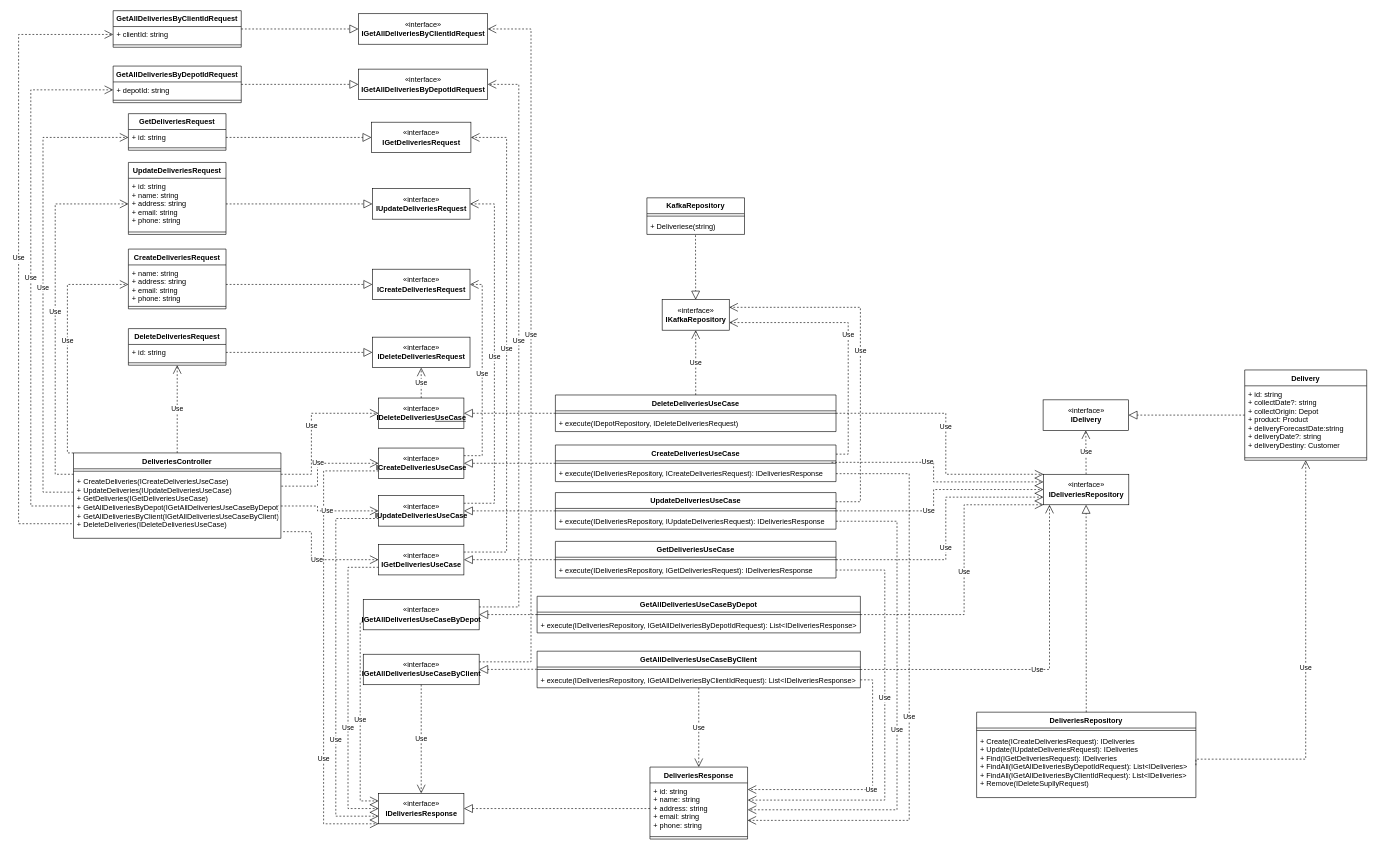
Earlier version of the draw.io diagram project/diagrams/class-diagrams/deliveries-service/deliveries-service.drawio (bitols/logistics-services-management). Source tidied: cells renumbered, new cells numbered last; positions are measured from the earlier drawing's top-left corner, leaving out a move shared by most shapes. Both pictures are drawn from the tidied source at 61%, with x=0, y=0 at pixel (18, 10).
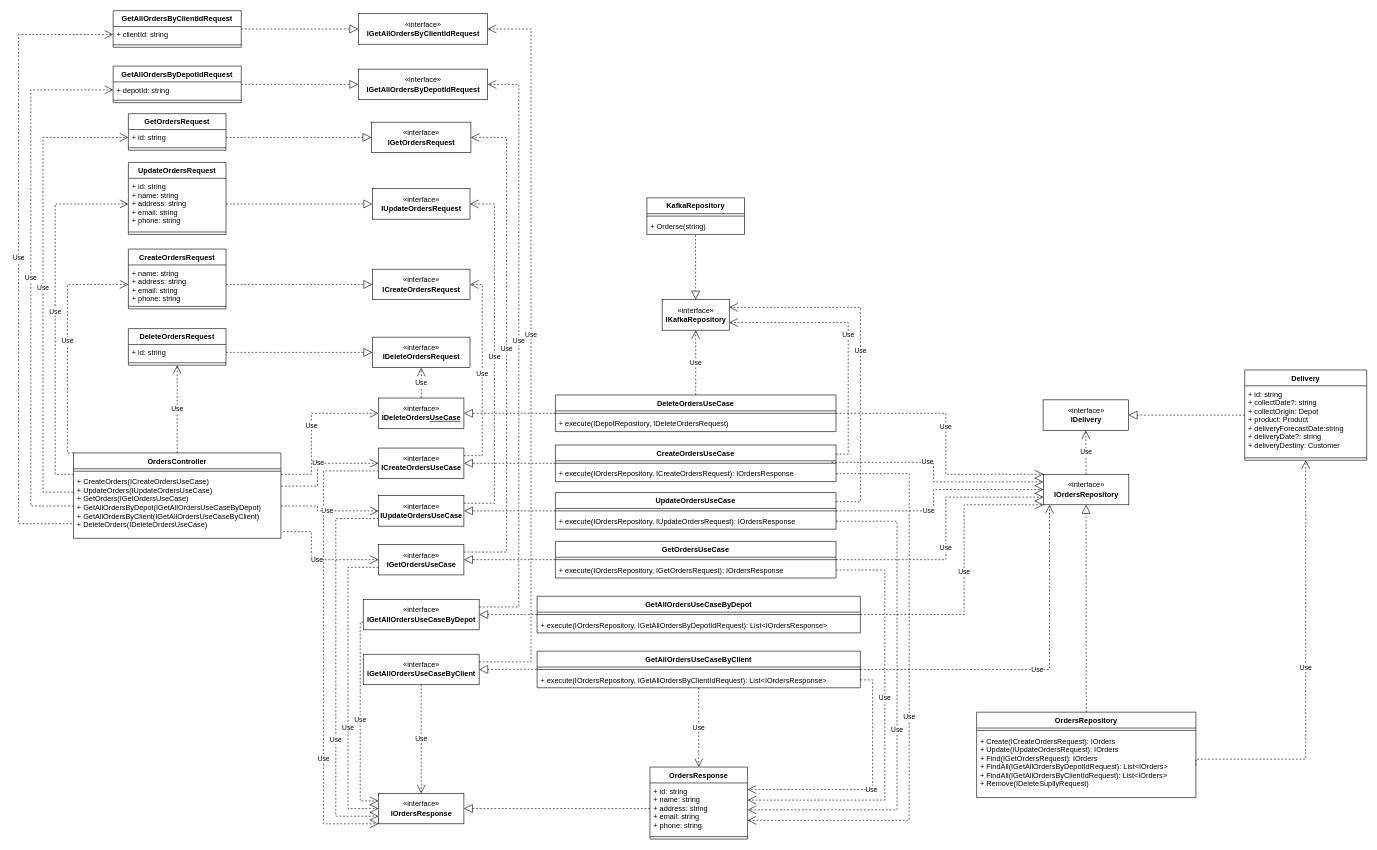
After the change.

Unchanged cells that the change refers to:
```xml
<mxCell id="84" value="KafkaRepository" style="swimlane;fontStyle=1;align=center;verticalAlign=top;horizontal=1;startSize=26;" parent="1" vertex="1">
  <mxGeometry x="1030" y="306.8" width="160" height="60" as="geometry" />
</mxCell>
```

The edit, as a diff of the source:
```diff
@@
-    <mxCell id="3" value="«interface»&lt;br&gt;&lt;b&gt;IDeliveriesResponse&lt;/b&gt;" style="html=1;" parent="1" vertex="1">
+    <mxCell id="3" value="«interface»&lt;br&gt;&lt;b&gt;IOrdersResponse&lt;/b&gt;" style="html=1;" parent="1" vertex="1">
       <mxGeometry x="590" y="1283" width="140" height="50" as="geometry" />
     </mxCell>
@@
-    <mxCell id="8" value="CreateDeliveriesUseCase" style="swimlane;fontStyle=1;align=center;verticalAlign=top;horizontal=1;startSize=26;" parent="1" vertex="1">
+    <mxCell id="8" value="CreateOrdersUseCase" style="swimlane;fontStyle=1;align=center;verticalAlign=top;horizontal=1;startSize=26;" parent="1" vertex="1">
       <mxGeometry x="880" y="712" width="460" height="60" as="geometry" />
     </mxCell>
@@
-    <mxCell id="10" value="+ execute(IDeliveriesRepository, ICreateDeliveriesRequest): IDeliveriesResponse" style="text;strokeColor=none;fillColor=none;align=left;verticalAlign=top;spacingLeft=4;spacingRight=4;overflow=hidden;points=[[0,0.5],[1,0.5]];portConstraint=eastwest;" parent="8" vertex="1">
+    <mxCell id="10" value="+ execute(IOrdersRepository, ICreateOrdersRequest): IOrdersResponse" style="text;strokeColor=none;fillColor=none;align=left;verticalAlign=top;spacingLeft=4;spacingRight=4;overflow=hidden;points=[[0,0.5],[1,0.5]];portConstraint=eastwest;" parent="8" vertex="1">
       <mxGeometry y="34" width="460" height="26" as="geometry" />
     </mxCell>
-    <mxCell id="11" value="UpdateDeliveriesUseCase" style="swimlane;fontStyle=1;align=center;verticalAlign=top;horizontal=1;startSize=26;" parent="1" vertex="1">
+    <mxCell id="11" value="UpdateOrdersUseCase" style="swimlane;fontStyle=1;align=center;verticalAlign=top;horizontal=1;startSize=26;" parent="1" vertex="1">
       <mxGeometry x="880" y="790" width="460" height="60" as="geometry" />
     </mxCell>
@@
-    <mxCell id="13" value="+ execute(IDeliveriesRepository, IUpdateDeliveriesRequest): IDeliveriesResponse" style="text;strokeColor=none;fillColor=none;align=left;verticalAlign=top;spacingLeft=4;spacingRight=4;overflow=hidden;points=[[0,0.5],[1,0.5]];portConstraint=eastwest;" parent="11" vertex="1">
+    <mxCell id="13" value="+ execute(IOrdersRepository, IUpdateOrdersRequest): IOrdersResponse" style="text;strokeColor=none;fillColor=none;align=left;verticalAlign=top;spacingLeft=4;spacingRight=4;overflow=hidden;points=[[0,0.5],[1,0.5]];portConstraint=eastwest;" parent="11" vertex="1">
       <mxGeometry y="34" width="460" height="26" as="geometry" />
     </mxCell>
-    <mxCell id="14" value="GetDeliveriesUseCase" style="swimlane;fontStyle=1;align=center;verticalAlign=top;horizontal=1;startSize=26;" parent="1" vertex="1">
+    <mxCell id="14" value="GetOrdersUseCase" style="swimlane;fontStyle=1;align=center;verticalAlign=top;horizontal=1;startSize=26;" parent="1" vertex="1">
       <mxGeometry x="880" y="870" width="460" height="60" as="geometry" />
     </mxCell>
@@
-    <mxCell id="16" value="+ execute(IDeliveriesRepository, IGetDeliveriesRequest): IDeliveriesResponse" style="text;strokeColor=none;fillColor=none;align=left;verticalAlign=top;spacingLeft=4;spacingRight=4;overflow=hidden;points=[[0,0.5],[1,0.5]];portConstraint=eastwest;" parent="14" vertex="1">
+    <mxCell id="16" value="+ execute(IOrdersRepository, IGetOrdersRequest): IOrdersResponse" style="text;strokeColor=none;fillColor=none;align=left;verticalAlign=top;spacingLeft=4;spacingRight=4;overflow=hidden;points=[[0,0.5],[1,0.5]];portConstraint=eastwest;" parent="14" vertex="1">
       <mxGeometry y="34" width="460" height="26" as="geometry" />
     </mxCell>
-    <mxCell id="17" value="DeleteDeliveriesUseCase" style="swimlane;fontStyle=1;align=center;verticalAlign=top;horizontal=1;startSize=26;" parent="1" vertex="1">
+    <mxCell id="17" value="DeleteOrdersUseCase" style="swimlane;fontStyle=1;align=center;verticalAlign=top;horizontal=1;startSize=26;" parent="1" vertex="1">
       <mxGeometry x="880" y="630" width="460" height="60" as="geometry" />
     </mxCell>
@@
-    <mxCell id="19" value="+ execute(IDepotRepository, IDeleteDeliveriesRequest)" style="text;strokeColor=none;fillColor=none;align=left;verticalAlign=top;spacingLeft=4;spacingRight=4;overflow=hidden;" parent="17" vertex="1">
+    <mxCell id="19" value="+ execute(IDepotRepository, IDeleteOrdersRequest)" style="text;strokeColor=none;fillColor=none;align=left;verticalAlign=top;spacingLeft=4;spacingRight=4;overflow=hidden;" parent="17" vertex="1">
       <mxGeometry y="34" width="460" height="26" as="geometry" />
     </mxCell>
@@
-    <mxCell id="21" value="«interface»&lt;br&gt;&lt;b&gt;ICreateDeliveriesUseCase&lt;/b&gt;" style="html=1;" parent="1" vertex="1">
+    <mxCell id="21" value="«interface»&lt;br&gt;&lt;b&gt;ICreateOrdersUseCase&lt;/b&gt;" style="html=1;" parent="1" vertex="1">
       <mxGeometry x="590" y="717" width="140" height="50" as="geometry" />
     </mxCell>
-    <mxCell id="22" value="«interface»&lt;br&gt;&lt;b&gt;IUpdateDeliveriesUseCase&lt;/b&gt;&lt;b&gt;&lt;br&gt;&lt;/b&gt;" style="html=1;" parent="1" vertex="1">
+    <mxCell id="22" value="«interface»&lt;br&gt;&lt;b&gt;IUpdateOrdersUseCase&lt;/b&gt;&lt;b&gt;&lt;br&gt;&lt;/b&gt;" style="html=1;" parent="1" vertex="1">
       <mxGeometry x="590" y="795" width="140" height="50" as="geometry" />
     </mxCell>
-    <mxCell id="23" value="«interface»&lt;br&gt;&lt;b&gt;IGetDeliveriesUseCase&lt;/b&gt;" style="html=1;" parent="1" vertex="1">
+    <mxCell id="23" value="«interface»&lt;br&gt;&lt;b&gt;IGetOrdersUseCase&lt;/b&gt;" style="html=1;" parent="1" vertex="1">
       <mxGeometry x="590" y="875" width="140" height="50" as="geometry" />
     </mxCell>
-    <mxCell id="24" value="«interface»&lt;br&gt;&lt;b&gt;IDeleteDeliveries&lt;u&gt;UseCase&lt;/u&gt;&lt;/b&gt;" style="html=1;" parent="1" vertex="1">
+    <mxCell id="24" value="«interface»&lt;br&gt;&lt;b&gt;IDeleteOrders&lt;u&gt;UseCase&lt;/u&gt;&lt;/b&gt;" style="html=1;" parent="1" vertex="1">
       <mxGeometry x="590" y="635" width="140" height="50" as="geometry" />
     </mxCell>
@@
-    <mxCell id="32" value="DeleteDeliveriesRequest" style="swimlane;fontStyle=1;align=center;verticalAlign=top;horizontal=1;startSize=26;" parent="1" vertex="1">
+    <mxCell id="32" value="DeleteOrdersRequest" style="swimlane;fontStyle=1;align=center;verticalAlign=top;horizontal=1;startSize=26;" parent="1" vertex="1">
       <mxGeometry x="180" y="521.2" width="160" height="60" as="geometry" />
     </mxCell>
@@
-    <mxCell id="36" value="GetDeliveriesRequest" style="swimlane;fontStyle=1;align=center;verticalAlign=top;horizontal=1;startSize=26;" parent="1" vertex="1">
+    <mxCell id="36" value="GetOrdersRequest" style="swimlane;fontStyle=1;align=center;verticalAlign=top;horizontal=1;startSize=26;" parent="1" vertex="1">
       <mxGeometry x="180" y="168.8" width="160" height="60" as="geometry" />
     </mxCell>
@@
-    <mxCell id="39" value="UpdateDeliveriesRequest" style="swimlane;fontStyle=1;align=center;verticalAlign=top;horizontal=1;startSize=26;" parent="1" vertex="1">
+    <mxCell id="39" value="UpdateOrdersRequest" style="swimlane;fontStyle=1;align=center;verticalAlign=top;horizontal=1;startSize=26;" parent="1" vertex="1">
       <mxGeometry x="180" y="248.8" width="160" height="118" as="geometry" />
     </mxCell>
@@
-    <mxCell id="42" value="CreateDeliveriesRequest" style="swimlane;fontStyle=1;align=center;verticalAlign=top;horizontal=1;startSize=26;" parent="1" vertex="1">
+    <mxCell id="42" value="CreateOrdersRequest" style="swimlane;fontStyle=1;align=center;verticalAlign=top;horizontal=1;startSize=26;" parent="1" vertex="1">
       <mxGeometry x="180" y="390.8" width="160" height="98" as="geometry" />
     </mxCell>
@@
-    <mxCell id="48" value="DeliveriesResponse" style="swimlane;fontStyle=1;align=center;verticalAlign=top;horizontal=1;startSize=26;" parent="1" vertex="1">
+    <mxCell id="48" value="OrdersResponse" style="swimlane;fontStyle=1;align=center;verticalAlign=top;horizontal=1;startSize=26;" parent="1" vertex="1">
       <mxGeometry x="1035" y="1240" width="160" height="118" as="geometry" />
     </mxCell>
@@
-    <mxCell id="52" value="«interface»&lt;br&gt;&lt;b&gt;IDeleteDeliveriesRequest&lt;/b&gt;" style="html=1;" parent="1" vertex="1">
+    <mxCell id="52" value="«interface»&lt;br&gt;&lt;b&gt;IDeleteOrdersRequest&lt;/b&gt;" style="html=1;" parent="1" vertex="1">
       <mxGeometry x="580" y="535.2" width="160" height="50" as="geometry" />
     </mxCell>
-    <mxCell id="53" value="«interface»&lt;br&gt;&lt;b&gt;ICreateDeliveriesRequest&lt;/b&gt;" style="html=1;" parent="1" vertex="1">
+    <mxCell id="53" value="«interface»&lt;br&gt;&lt;b&gt;ICreateOrdersRequest&lt;/b&gt;" style="html=1;" parent="1" vertex="1">
       <mxGeometry x="580" y="423.8" width="160" height="50" as="geometry" />
     </mxCell>
-    <mxCell id="54" value="«interface»&lt;br&gt;&lt;b&gt;IUpdateDeliveriesR&lt;/b&gt;&lt;span style=&quot;color: rgba(0 , 0 , 0 , 0) ; font-family: monospace ; font-size: 0px&quot;&gt;3CmxGraphModel%3E%3Croot%3E%3CmxCell%20id%3D%220%22%2F%3E%3CmxCell%20id%3D%221%22%20parent%3D%220%22%2F%3E%3CmxCell%20id%3D%222%22%20value%3D%22%C2%ABinterface%C2%BB%26lt%3Bbr%26gt%3B%26lt%3Bb%26gt%3BICreateDeliveriesRequest%26lt%3B%2Fb%26gt%3B%22%20style%3D%22html%3D1%3B%22%20vertex%3D%221%22%20parent%3D%221%22%3E%3CmxGeometry%20x%3D%22-790%22%20y%3D%22-1310%22%20width%3D%22140%22%20height%3D%2250%22%20as%3D%22geometry%22%2F%3E%3C%2FmxCell%3E%3C%2Froot%3E%3C%2FmxGraphModel%3E&lt;/span&gt;&lt;b&gt;equest&lt;/b&gt;" style="html=1;" parent="1" vertex="1">
+    <mxCell id="54" value="«interface»&lt;br&gt;&lt;b&gt;IUpdateOrdersR&lt;/b&gt;&lt;span style=&quot;color: rgba(0 , 0 , 0 , 0) ; font-family: monospace ; font-size: 0px&quot;&gt;3CmxGraphModel%3E%3Croot%3E%3CmxCell%20id%3D%220%22%2F%3E%3CmxCell%20id%3D%221%22%20parent%3D%220%22%2F%3E%3CmxCell%20id%3D%222%22%20value%3D%22%C2%ABinterface%C2%BB%26lt%3Bbr%26gt%3B%26lt%3Bb%26gt%3BICreateOrdersRequest%26lt%3B%2Fb%26gt%3B%22%20style%3D%22html%3D1%3B%22%20vertex%3D%221%22%20parent%3D%221%22%3E%3CmxGeometry%20x%3D%22-790%22%20y%3D%22-1310%22%20width%3D%22140%22%20height%3D%2250%22%20as%3D%22geometry%22%2F%3E%3C%2FmxCell%3E%3C%2Froot%3E%3C%2FmxGraphModel%3E&lt;/span&gt;&lt;b&gt;equest&lt;/b&gt;" style="html=1;" parent="1" vertex="1">
       <mxGeometry x="580" y="291.8" width="160" height="50" as="geometry" />
     </mxCell>
-    <mxCell id="55" value="«interface»&lt;br&gt;&lt;b&gt;IGetDeliveriesRequest&lt;/b&gt;" style="html=1;" parent="1" vertex="1">
+    <mxCell id="55" value="«interface»&lt;br&gt;&lt;b&gt;IGetOrdersRequest&lt;/b&gt;" style="html=1;" parent="1" vertex="1">
       <mxGeometry x="578.5" y="182.8" width="163" height="50" as="geometry" />
     </mxCell>
@@
-    <mxCell id="57" value="DeliveriesController" style="swimlane;fontStyle=1;align=center;verticalAlign=top;horizontal=1;startSize=26;" parent="1" vertex="1">
+    <mxCell id="57" value="OrdersController" style="swimlane;fontStyle=1;align=center;verticalAlign=top;horizontal=1;startSize=26;" parent="1" vertex="1">
       <mxGeometry x="90" y="725" width="340" height="140" as="geometry" />
     </mxCell>
@@
-    <mxCell id="59" value="+ CreateDeliveries(ICreateDeliveriesUseCase)&#10;+ UpdateDeliveries(IUpdateDeliveriesUseCase)&#10;+ GetDeliveries(IGetDeliveriesUseCase)&#10;+ GetAllDeliveriesByDepot(IGetAllDeliveriesUseCaseByDepot)&#10;+ GetAllDeliveriesByClient(IGetAllDeliveriesUseCaseByClient)&#10;+ DeleteDeliveries(IDeleteDeliveriesUseCase)" style="text;strokeColor=none;fillColor=none;align=left;verticalAlign=top;spacingLeft=4;spacingRight=4;overflow=hidden;points=[[0,0.5],[1,0.5]];portConstraint=eastwest;" parent="57" vertex="1">
+    <mxCell id="59" value="+ CreateOrders(ICreateOrdersUseCase)&#10;+ UpdateOrders(IUpdateOrdersUseCase)&#10;+ GetOrders(IGetOrdersUseCase)&#10;+ GetAllOrdersByDepot(IGetAllOrdersUseCaseByDepot)&#10;+ GetAllOrdersByClient(IGetAllOrdersUseCaseByClient)&#10;+ DeleteOrders(IDeleteOrdersUseCase)" style="text;strokeColor=none;fillColor=none;align=left;verticalAlign=top;spacingLeft=4;spacingRight=4;overflow=hidden;points=[[0,0.5],[1,0.5]];portConstraint=eastwest;" parent="57" vertex="1">
       <mxGeometry y="34" width="340" height="106" as="geometry" />
     </mxCell>
@@
-    <mxCell id="75" value="«interface»&lt;br&gt;&lt;b&gt;IDeliveriesRepository&lt;/b&gt;" style="html=1;" parent="1" vertex="1">
+    <mxCell id="75" value="«interface»&lt;br&gt;&lt;b&gt;IOrdersRepository&lt;/b&gt;" style="html=1;" parent="1" vertex="1">
       <mxGeometry x="1680" y="760" width="140" height="50" as="geometry" />
     </mxCell>
@@
-    <mxCell id="77" value="DeliveriesRepository" style="swimlane;fontStyle=1;align=center;verticalAlign=top;horizontal=1;startSize=26;" parent="1" vertex="1">
+    <mxCell id="77" value="OrdersRepository" style="swimlane;fontStyle=1;align=center;verticalAlign=top;horizontal=1;startSize=26;" parent="1" vertex="1">
       <mxGeometry x="1570.5" y="1150" width="359.5" height="140" as="geometry" />
     </mxCell>
@@
-    <mxCell id="79" value="+ Create(ICreateDeliveriesRequest): IDeliveries&#10;+ Update(IUpdateDeliveriesRequest): IDeliveries&#10;+ Find(IGetDeliveriesRequest): IDeliveries&#10;+ FindAll(IGetAllDeliveriesByDepotIdRequest): List&lt;IDeliveries&gt;&#10;+ FindAll(IGetAllDeliveriesByClientIdRequest): List&lt;IDeliveries&gt;&#10;+ Remove(IDeleteSupllyRequest)" style="text;strokeColor=none;fillColor=none;align=left;verticalAlign=top;spacingLeft=4;spacingRight=4;overflow=hidden;points=[[0,0.5],[1,0.5]];portConstraint=eastwest;" parent="77" vertex="1">
+    <mxCell id="79" value="+ Create(ICreateOrdersRequest): IOrders&#10;+ Update(IUpdateOrdersRequest): IOrders&#10;+ Find(IGetOrdersRequest): IOrders&#10;+ FindAll(IGetAllOrdersByDepotIdRequest): List&lt;IOrders&gt;&#10;+ FindAll(IGetAllOrdersByClientIdRequest): List&lt;IOrders&gt;&#10;+ Remove(IDeleteSupllyRequest)" style="text;strokeColor=none;fillColor=none;align=left;verticalAlign=top;spacingLeft=4;spacingRight=4;overflow=hidden;points=[[0,0.5],[1,0.5]];portConstraint=eastwest;" parent="77" vertex="1">
       <mxGeometry y="34" width="359.5" height="106" as="geometry" />
     </mxCell>
@@
-    <mxCell id="86" value="+ Deliveriese(string)" style="text;strokeColor=none;fillColor=none;align=left;verticalAlign=top;spacingLeft=4;spacingRight=4;overflow=hidden;points=[[0,0.5],[1,0.5]];portConstraint=eastwest;" parent="84" vertex="1">
+    <mxCell id="86" value="+ Orderse(string)" style="text;strokeColor=none;fillColor=none;align=left;verticalAlign=top;spacingLeft=4;spacingRight=4;overflow=hidden;points=[[0,0.5],[1,0.5]];portConstraint=eastwest;" parent="84" vertex="1">
       <mxGeometry y="34" width="160" height="26" as="geometry" />
     </mxCell>
@@
-    <mxCell id="91" value="«interface»&lt;br&gt;&lt;b&gt;IGetAllDeliveriesUseCaseByDepot&lt;/b&gt;" style="html=1;" parent="1" vertex="1">
+    <mxCell id="91" value="«interface»&lt;br&gt;&lt;b&gt;IGetAllOrdersUseCaseByDepot&lt;/b&gt;" style="html=1;" parent="1" vertex="1">
       <mxGeometry x="565" y="965" width="190" height="50" as="geometry" />
     </mxCell>
-    <mxCell id="92" value="GetAllDeliveriesUseCaseByDepot" style="swimlane;fontStyle=1;align=center;verticalAlign=top;horizontal=1;startSize=26;" parent="1" vertex="1">
+    <mxCell id="92" value="GetAllOrdersUseCaseByDepot" style="swimlane;fontStyle=1;align=center;verticalAlign=top;horizontal=1;startSize=26;" parent="1" vertex="1">
       <mxGeometry x="850" y="960" width="530" height="60" as="geometry" />
     </mxCell>
@@
-    <mxCell id="94" value="+ execute(IDeliveriesRepository, IGetAllDeliveriesByDepotIdRequest): List&lt;IDeliveriesResponse&gt;" style="text;strokeColor=none;fillColor=none;align=left;verticalAlign=top;spacingLeft=4;spacingRight=4;overflow=hidden;" parent="92" vertex="1">
+    <mxCell id="94" value="+ execute(IOrdersRepository, IGetAllOrdersByDepotIdRequest): List&lt;IOrdersResponse&gt;" style="text;strokeColor=none;fillColor=none;align=left;verticalAlign=top;spacingLeft=4;spacingRight=4;overflow=hidden;" parent="92" vertex="1">
       <mxGeometry y="34" width="530" height="26" as="geometry" />
     </mxCell>
@@
-    <mxCell id="99" value="«interface»&lt;br&gt;&lt;b&gt;IGetAllDeliveriesByDepotIdRequest&lt;/b&gt;" style="html=1;" parent="1" vertex="1">
+    <mxCell id="99" value="«interface»&lt;br&gt;&lt;b&gt;IGetAllOrdersByDepotIdRequest&lt;/b&gt;" style="html=1;" parent="1" vertex="1">
       <mxGeometry x="557" y="95.8" width="212" height="50" as="geometry" />
     </mxCell>
-    <mxCell id="100" value="GetAllDeliveriesByDepotIdRequest" style="swimlane;fontStyle=1;align=center;verticalAlign=top;horizontal=1;startSize=26;" parent="1" vertex="1">
+    <mxCell id="100" value="GetAllOrdersByDepotIdRequest" style="swimlane;fontStyle=1;align=center;verticalAlign=top;horizontal=1;startSize=26;" parent="1" vertex="1">
       <mxGeometry x="155" y="90.8" width="210" height="60" as="geometry" />
     </mxCell>
@@
-    <mxCell id="106" value="«interface»&lt;br&gt;&lt;b&gt;IGetAllDeliveriesUseCaseByClient&lt;/b&gt;" style="html=1;" parent="1" vertex="1">
+    <mxCell id="106" value="«interface»&lt;br&gt;&lt;b&gt;IGetAllOrdersUseCaseByClient&lt;/b&gt;" style="html=1;" parent="1" vertex="1">
       <mxGeometry x="565" y="1055" width="190" height="50" as="geometry" />
     </mxCell>
-    <mxCell id="107" value="GetAllDeliveriesUseCaseByClient" style="swimlane;fontStyle=1;align=center;verticalAlign=top;horizontal=1;startSize=26;" parent="1" vertex="1">
+    <mxCell id="107" value="GetAllOrdersUseCaseByClient" style="swimlane;fontStyle=1;align=center;verticalAlign=top;horizontal=1;startSize=26;" parent="1" vertex="1">
       <mxGeometry x="850" y="1050" width="530" height="60" as="geometry" />
     </mxCell>
@@
-    <mxCell id="109" value="+ execute(IDeliveriesRepository, IGetAllDeliveriesByClientIdRequest): List&lt;IDeliveriesResponse&gt;" style="text;strokeColor=none;fillColor=none;align=left;verticalAlign=top;spacingLeft=4;spacingRight=4;overflow=hidden;points=[[0,0.5],[1,0.5]];portConstraint=eastwest;" parent="107" vertex="1">
+    <mxCell id="109" value="+ execute(IOrdersRepository, IGetAllOrdersByClientIdRequest): List&lt;IOrdersResponse&gt;" style="text;strokeColor=none;fillColor=none;align=left;verticalAlign=top;spacingLeft=4;spacingRight=4;overflow=hidden;points=[[0,0.5],[1,0.5]];portConstraint=eastwest;" parent="107" vertex="1">
       <mxGeometry y="34" width="530" height="26" as="geometry" />
     </mxCell>
@@
-    <mxCell id="113" value="«interface»&lt;br&gt;&lt;b&gt;IGetAllDeliveriesByClientIdRequest&lt;/b&gt;" style="html=1;" parent="1" vertex="1">
+    <mxCell id="113" value="«interface»&lt;br&gt;&lt;b&gt;IGetAllOrdersByClientIdRequest&lt;/b&gt;" style="html=1;" parent="1" vertex="1">
       <mxGeometry x="557" y="5" width="212" height="50" as="geometry" />
     </mxCell>
-    <mxCell id="114" value="GetAllDeliveriesByClientIdRequest" style="swimlane;fontStyle=1;align=center;verticalAlign=top;horizontal=1;startSize=26;" parent="1" vertex="1">
+    <mxCell id="114" value="GetAllOrdersByClientIdRequest" style="swimlane;fontStyle=1;align=center;verticalAlign=top;horizontal=1;startSize=26;" parent="1" vertex="1">
       <mxGeometry x="155" width="210" height="60" as="geometry" />
     </mxCell>
```
